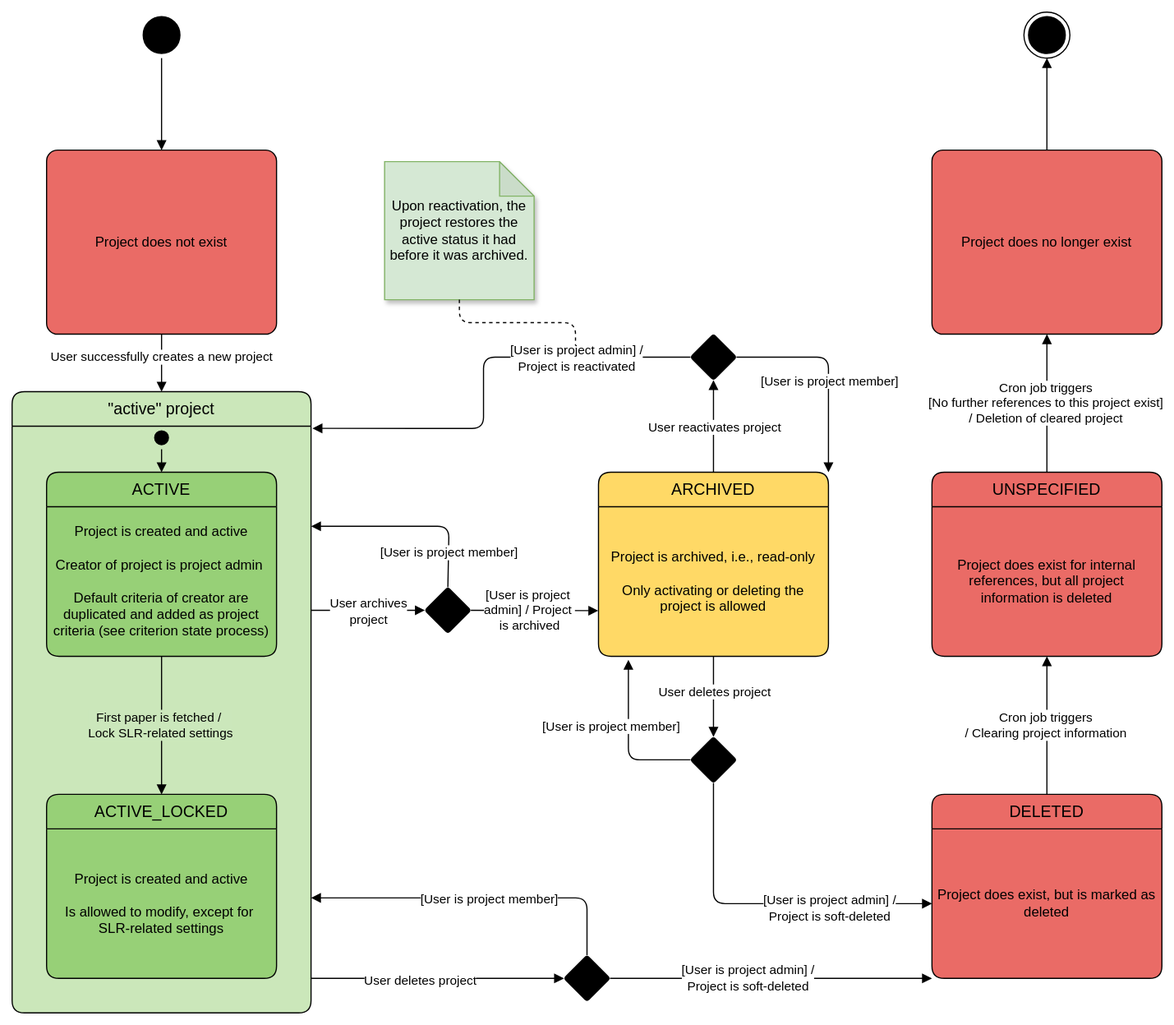
The draw.io diagram wiki/assets/snowballr-project-lifecycle.svg in SE-UUlm/snowballr, before a commit. Source tidied: cells renumbered, new cells last; positions are measured from the earlier drawing's top-left corner, leaving out a move shared by most shapes.
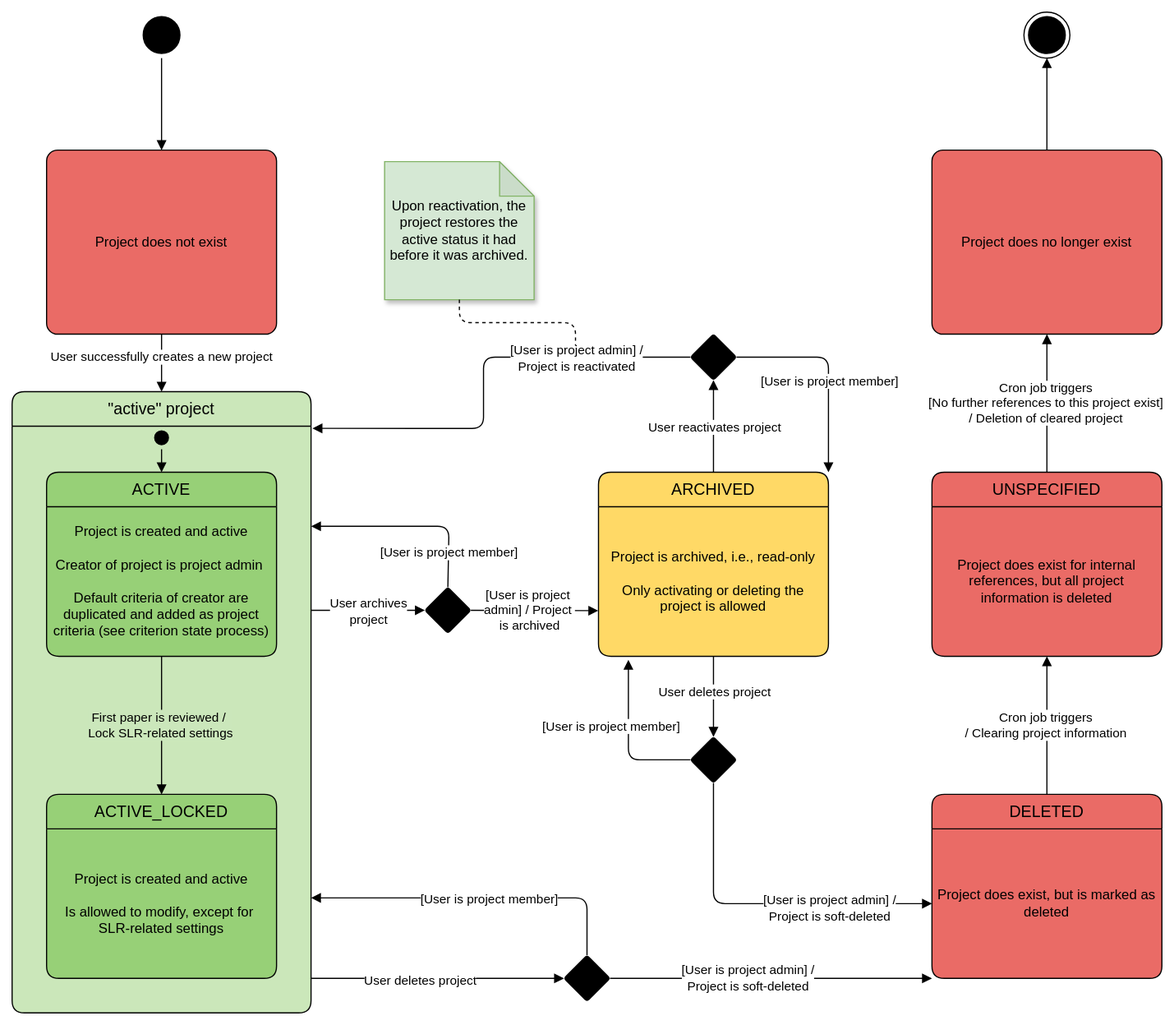
Above is the later version.

Commit message:
chore: correct condition in project lifecycle diagram when project is ACTIVE_LOCKED

The edit, as a diff of the source:
```diff
@@ -38,7 +38,7 @@
         </Array>
       </mxGeometry>
     </mxCell>
-    <mxCell id="10" value="First paper is fetched /&amp;nbsp;&lt;div&gt;Lock SLR-related settings&lt;/div&gt;" style="edgeLabel;html=1;align=center;verticalAlign=middle;labelBackgroundColor=light-dark(#cbe7bb, #ededed);" parent="9" vertex="1">
+    <mxCell id="10" value="First paper is reviewed /&amp;nbsp;&lt;div&gt;Lock SLR-related settings&lt;/div&gt;" style="edgeLabel;html=1;align=center;verticalAlign=middle;labelBackgroundColor=light-dark(#cbe7bb, #ededed);" parent="9" vertex="1">
       <mxGeometry x="0.36" y="-1" relative="1" as="geometry">
         <mxPoint x="-1" y="-21" as="offset" />
       </mxGeometry>
```
